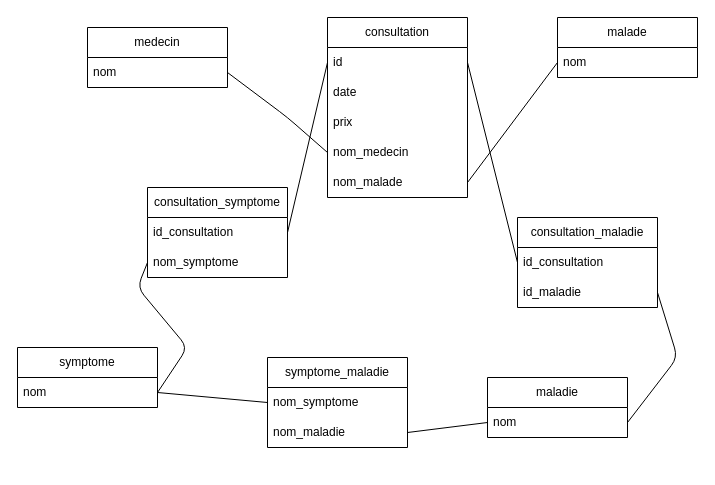
Earlier version of the draw.io diagram BD_exo/question2.drawio (Seavyl/exo_bd). Source tidied: cells renumbered, new cells numbered last; positions are measured from the earlier drawing's top-left corner, leaving out a move shared by most shapes. Both pictures are drawn from the tidied source at 100%, with x=0, y=0 at pixel (17, 17).
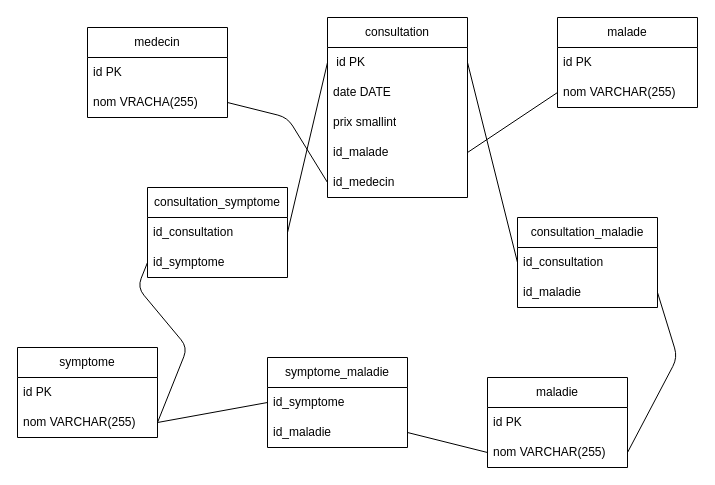
The same diagram, later.

Unchanged cells that the change refers to:
```xml
<mxCell id="4" value="consultation" style="swimlane;fontStyle=0;horizontal=1;startSize=30;whiteSpace=wrap;html=1;" parent="1" vertex="1">
  <mxGeometry x="310" width="140" height="180" as="geometry" />
</mxCell>
<mxCell id="16" value="consultation_symptome" style="swimlane;fontStyle=0;horizontal=1;startSize=30;whiteSpace=wrap;html=1;" parent="1" vertex="1">
  <mxGeometry x="130" y="170" width="140" height="90" as="geometry" />
</mxCell>
<mxCell id="22" value="symptome_maladie" style="swimlane;fontStyle=0;horizontal=1;startSize=30;whiteSpace=wrap;html=1;" parent="1" vertex="1">
  <mxGeometry x="250" y="340" width="140" height="90" as="geometry" />
</mxCell>
```

Diff of the diagram source:
```diff
@@
     <mxCell id="2" value="medecin" style="swimlane;fontStyle=0;horizontal=1;startSize=30;whiteSpace=wrap;html=1;" parent="1" vertex="1">
-      <mxGeometry x="70" y="10" width="140" height="60" as="geometry" />
+      <mxGeometry x="70" y="10" width="140" height="90" as="geometry" />
     </mxCell>
+    <mxCell id="33" value="id PK" style="text;strokeColor=none;fillColor=none;align=left;verticalAlign=middle;spacingLeft=4;spacingRight=4;overflow=hidden;whiteSpace=wrap;html=1;" parent="2" vertex="1">
+      <mxGeometry y="30" width="140" height="30" as="geometry" />
+    </mxCell>
-    <mxCell id="3" value="nom" style="text;strokeColor=none;fillColor=none;align=left;verticalAlign=middle;spacingLeft=4;spacingRight=4;overflow=hidden;points=[[0,0.5],[1,0.5]];portConstraint=eastwest;whiteSpace=wrap;html=1;" parent="2" vertex="1">
-      <mxGeometry y="30" width="140" height="30" as="geometry" />
+    <mxCell id="3" value="nom VRACHA(255)" style="text;strokeColor=none;fillColor=none;align=left;verticalAlign=middle;spacingLeft=4;spacingRight=4;overflow=hidden;points=[[0,0.5],[1,0.5]];portConstraint=eastwest;whiteSpace=wrap;html=1;" parent="2" vertex="1">
+      <mxGeometry y="60" width="140" height="30" as="geometry" />
     </mxCell>
@@
-    <mxCell id="5" value="id" style="text;strokeColor=none;fillColor=none;align=left;verticalAlign=middle;spacingLeft=4;spacingRight=4;overflow=hidden;points=[[0,0.5],[1,0.5]];portConstraint=eastwest;whiteSpace=wrap;html=1;" parent="4" vertex="1">
+    <mxCell id="5" value="&amp;nbsp;id PK" style="text;strokeColor=none;fillColor=none;align=left;verticalAlign=middle;spacingLeft=4;spacingRight=4;overflow=hidden;points=[[0,0.5],[1,0.5]];portConstraint=eastwest;whiteSpace=wrap;html=1;" parent="4" vertex="1">
       <mxGeometry y="30" width="140" height="30" as="geometry" />
     </mxCell>
-    <mxCell id="6" value="date" style="text;strokeColor=none;fillColor=none;align=left;verticalAlign=middle;spacingLeft=4;spacingRight=4;overflow=hidden;whiteSpace=wrap;html=1;" parent="4" vertex="1">
+    <mxCell id="6" value="date DATE" style="text;strokeColor=none;fillColor=none;align=left;verticalAlign=middle;spacingLeft=4;spacingRight=4;overflow=hidden;whiteSpace=wrap;html=1;" parent="4" vertex="1">
       <mxGeometry y="60" width="140" height="30" as="geometry" />
     </mxCell>
-    <mxCell id="7" value="prix" style="text;strokeColor=none;fillColor=none;align=left;verticalAlign=middle;spacingLeft=4;spacingRight=4;overflow=hidden;whiteSpace=wrap;html=1;" parent="4" vertex="1">
+    <mxCell id="7" value="prix smallint" style="text;strokeColor=none;fillColor=none;align=left;verticalAlign=middle;spacingLeft=4;spacingRight=4;overflow=hidden;whiteSpace=wrap;html=1;" parent="4" vertex="1">
       <mxGeometry y="90" width="140" height="30" as="geometry" />
     </mxCell>
+    <mxCell id="9" value="id_malade" style="text;strokeColor=none;fillColor=none;align=left;verticalAlign=middle;spacingLeft=4;spacingRight=4;overflow=hidden;points=[[0,0.5],[1,0.5]];portConstraint=eastwest;whiteSpace=wrap;html=1;" parent="4" vertex="1">
+      <mxGeometry y="120" width="140" height="30" as="geometry" />
+    </mxCell>
-    <mxCell id="8" value="nom_medecin" style="text;strokeColor=none;fillColor=none;align=left;verticalAlign=middle;spacingLeft=4;spacingRight=4;overflow=hidden;points=[[0,0.5],[1,0.5]];portConstraint=eastwest;whiteSpace=wrap;html=1;" parent="4" vertex="1">
-      <mxGeometry y="120" width="140" height="30" as="geometry" />
+    <mxCell id="8" value="id_medecin&amp;nbsp;" style="text;strokeColor=none;fillColor=none;align=left;verticalAlign=middle;spacingLeft=4;spacingRight=4;overflow=hidden;points=[[0,0.5],[1,0.5]];portConstraint=eastwest;whiteSpace=wrap;html=1;" parent="4" vertex="1">
+      <mxGeometry y="150" width="140" height="30" as="geometry" />
     </mxCell>
-    <mxCell id="9" value="nom_malade" style="text;strokeColor=none;fillColor=none;align=left;verticalAlign=middle;spacingLeft=4;spacingRight=4;overflow=hidden;points=[[0,0.5],[1,0.5]];portConstraint=eastwest;whiteSpace=wrap;html=1;" parent="4" vertex="1">
-      <mxGeometry y="150" width="140" height="30" as="geometry" />
-    </mxCell>
@@
     <mxCell id="11" value="malade" style="swimlane;fontStyle=0;horizontal=1;startSize=30;whiteSpace=wrap;html=1;" parent="1" vertex="1">
-      <mxGeometry x="540" width="140" height="60" as="geometry" />
+      <mxGeometry x="540" width="140" height="90" as="geometry" />
     </mxCell>
+    <mxCell id="34" value="id PK" style="text;strokeColor=none;fillColor=none;align=left;verticalAlign=middle;spacingLeft=4;spacingRight=4;overflow=hidden;whiteSpace=wrap;html=1;" parent="11" vertex="1">
+      <mxGeometry y="30" width="140" height="30" as="geometry" />
+    </mxCell>
-    <mxCell id="12" value="nom" style="text;strokeColor=none;fillColor=none;align=left;verticalAlign=middle;spacingLeft=4;spacingRight=4;overflow=hidden;points=[[0,0.5],[1,0.5]];portConstraint=eastwest;whiteSpace=wrap;html=1;" parent="11" vertex="1">
-      <mxGeometry y="30" width="140" height="30" as="geometry" />
+    <mxCell id="12" value="nom VARCHAR(255)" style="text;strokeColor=none;fillColor=none;align=left;verticalAlign=middle;spacingLeft=4;spacingRight=4;overflow=hidden;points=[[0,0.5],[1,0.5]];portConstraint=eastwest;whiteSpace=wrap;html=1;" parent="11" vertex="1">
+      <mxGeometry y="60" width="140" height="30" as="geometry" />
     </mxCell>
@@
     <mxCell id="14" value="symptome" style="swimlane;fontStyle=0;horizontal=1;startSize=30;whiteSpace=wrap;html=1;" parent="1" vertex="1">
-      <mxGeometry y="330" width="140" height="60" as="geometry" />
+      <mxGeometry y="330" width="140" height="90" as="geometry" />
     </mxCell>
+    <mxCell id="35" value="id PK" style="text;strokeColor=none;fillColor=none;align=left;verticalAlign=middle;spacingLeft=4;spacingRight=4;overflow=hidden;whiteSpace=wrap;html=1;" parent="14" vertex="1">
+      <mxGeometry y="30" width="140" height="30" as="geometry" />
+    </mxCell>
-    <mxCell id="15" value="nom" style="text;strokeColor=none;fillColor=none;align=left;verticalAlign=middle;spacingLeft=4;spacingRight=4;overflow=hidden;points=[[0,0.5],[1,0.5]];portConstraint=eastwest;whiteSpace=wrap;html=1;" parent="14" vertex="1">
-      <mxGeometry y="30" width="140" height="30" as="geometry" />
+    <mxCell id="15" value="nom VARCHAR(255)" style="text;strokeColor=none;fillColor=none;align=left;verticalAlign=middle;spacingLeft=4;spacingRight=4;overflow=hidden;points=[[0,0.5],[1,0.5]];portConstraint=eastwest;whiteSpace=wrap;html=1;" parent="14" vertex="1">
+      <mxGeometry y="60" width="140" height="30" as="geometry" />
     </mxCell>
@@
-    <mxCell id="17" value="id_consultation" style="text;strokeColor=none;fillColor=none;align=left;verticalAlign=middle;spacingLeft=4;spacingRight=4;overflow=hidden;points=[[0,0.5],[1,0.5]];portConstraint=eastwest;whiteSpace=wrap;html=1;" parent="16" vertex="1">
+    <mxCell id="17" value="id_consultation&amp;nbsp;" style="text;strokeColor=none;fillColor=none;align=left;verticalAlign=middle;spacingLeft=4;spacingRight=4;overflow=hidden;points=[[0,0.5],[1,0.5]];portConstraint=eastwest;whiteSpace=wrap;html=1;" parent="16" vertex="1">
       <mxGeometry y="30" width="140" height="30" as="geometry" />
     </mxCell>
-    <mxCell id="18" value="nom_symptome" style="text;strokeColor=none;fillColor=none;align=left;verticalAlign=middle;spacingLeft=4;spacingRight=4;overflow=hidden;points=[[0,0.5],[1,0.5]];portConstraint=eastwest;whiteSpace=wrap;html=1;" parent="16" vertex="1">
+    <mxCell id="18" value="id_symptome" style="text;strokeColor=none;fillColor=none;align=left;verticalAlign=middle;spacingLeft=4;spacingRight=4;overflow=hidden;points=[[0,0.5],[1,0.5]];portConstraint=eastwest;whiteSpace=wrap;html=1;" parent="16" vertex="1">
       <mxGeometry y="60" width="140" height="30" as="geometry" />
     </mxCell>
@@
     <mxCell id="20" value="maladie" style="swimlane;fontStyle=0;horizontal=1;startSize=30;whiteSpace=wrap;html=1;" parent="1" vertex="1">
-      <mxGeometry x="470" y="360" width="140" height="60" as="geometry" />
+      <mxGeometry x="470" y="360" width="140" height="90" as="geometry" />
     </mxCell>
+    <mxCell id="36" value="id PK" style="text;strokeColor=none;fillColor=none;align=left;verticalAlign=middle;spacingLeft=4;spacingRight=4;overflow=hidden;whiteSpace=wrap;html=1;" parent="20" vertex="1">
+      <mxGeometry y="30" width="140" height="30" as="geometry" />
+    </mxCell>
-    <mxCell id="21" value="nom" style="text;strokeColor=none;fillColor=none;align=left;verticalAlign=middle;spacingLeft=4;spacingRight=4;overflow=hidden;points=[[0,0.5],[1,0.5]];portConstraint=eastwest;whiteSpace=wrap;html=1;" parent="20" vertex="1">
-      <mxGeometry y="30" width="140" height="30" as="geometry" />
+    <mxCell id="21" value="nom VARCHAR(255)" style="text;strokeColor=none;fillColor=none;align=left;verticalAlign=middle;spacingLeft=4;spacingRight=4;overflow=hidden;points=[[0,0.5],[1,0.5]];portConstraint=eastwest;whiteSpace=wrap;html=1;" parent="20" vertex="1">
+      <mxGeometry y="60" width="140" height="30" as="geometry" />
     </mxCell>
@@
-    <mxCell id="23" value="nom_symptome" style="text;strokeColor=none;fillColor=none;align=left;verticalAlign=middle;spacingLeft=4;spacingRight=4;overflow=hidden;points=[[0,0.5],[1,0.5]];portConstraint=eastwest;whiteSpace=wrap;html=1;" parent="22" vertex="1">
+    <mxCell id="23" value="id_symptome" style="text;strokeColor=none;fillColor=none;align=left;verticalAlign=middle;spacingLeft=4;spacingRight=4;overflow=hidden;points=[[0,0.5],[1,0.5]];portConstraint=eastwest;whiteSpace=wrap;html=1;" parent="22" vertex="1">
       <mxGeometry y="30" width="140" height="30" as="geometry" />
     </mxCell>
-    <mxCell id="24" value="nom_maladie" style="text;strokeColor=none;fillColor=none;align=left;verticalAlign=middle;spacingLeft=4;spacingRight=4;overflow=hidden;points=[[0,0.5],[1,0.5]];portConstraint=eastwest;whiteSpace=wrap;html=1;" parent="22" vertex="1">
+    <mxCell id="24" value="id_maladie" style="text;strokeColor=none;fillColor=none;align=left;verticalAlign=middle;spacingLeft=4;spacingRight=4;overflow=hidden;points=[[0,0.5],[1,0.5]];portConstraint=eastwest;whiteSpace=wrap;html=1;" parent="22" vertex="1">
       <mxGeometry y="60" width="140" height="30" as="geometry" />
     </mxCell>
```
